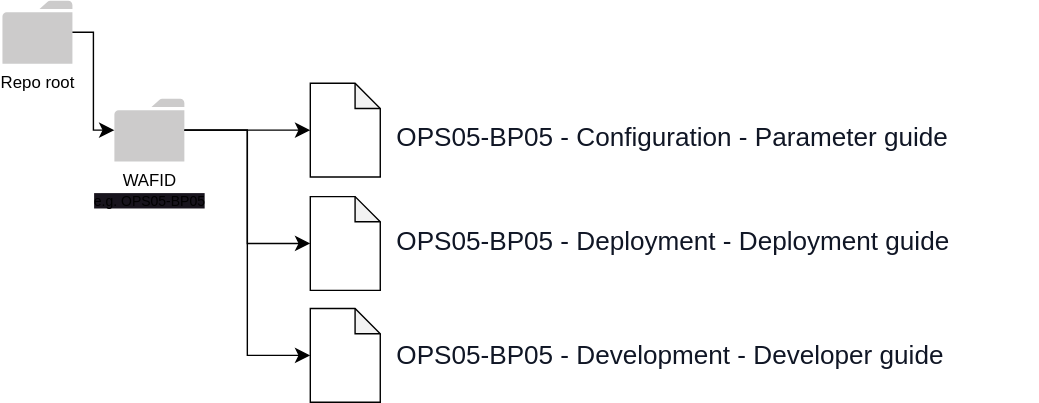
The draw.io diagram readme.svg in yu2scalar/docsample, before a commit. Source tidied: cells renumbered, new cells last; positions are measured from the earlier drawing's top-left corner, leaving out a move shared by most shapes.
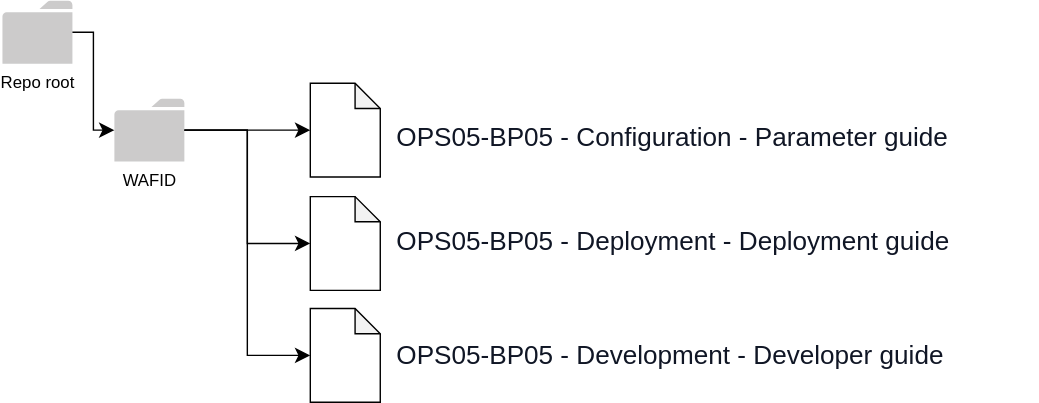
Above is the later version.

Change to the diagram source:
```diff
@@ -5,7 +5,7 @@
     <mxCell id="2" value="Repo root" style="sketch=0;shadow=0;dashed=0;html=1;strokeColor=none;labelPosition=center;verticalLabelPosition=bottom;verticalAlign=top;outlineConnect=0;align=center;shape=mxgraph.office.concepts.folder;fillColor=#CCCBCB;" parent="1" vertex="1">
       <mxGeometry width="50" height="45" as="geometry" />
     </mxCell>
-    <mxCell id="3" value="WAFID&lt;br&gt;&lt;span style=&quot;background-color: rgb(24, 20, 29); font-size: 10px;&quot;&gt;e.g.&amp;nbsp;&lt;span id=&quot;docs-internal-guid-610fddde-7fff-ebfe-f720-821e0e02a50b&quot;&gt;&lt;span style=&quot;font-family: &amp;quot;Noto Sans JP&amp;quot;, sans-serif; font-variant-numeric: normal; font-variant-east-asian: normal; font-variant-alternates: normal; font-variant-position: normal; vertical-align: baseline;&quot;&gt;OPS05-BP05 &lt;/span&gt;&lt;/span&gt;&lt;br&gt;&lt;/span&gt;" style="sketch=0;shadow=0;dashed=0;html=1;strokeColor=none;labelPosition=center;verticalLabelPosition=bottom;verticalAlign=top;outlineConnect=0;align=center;shape=mxgraph.office.concepts.folder;fillColor=#CCCBCB;" parent="1" vertex="1">
+    <mxCell id="3" value="WAFID&lt;br&gt;&lt;span id=&quot;docs-internal-guid-91edf046-7fff-8db2-ec80-6ff2966f3f44&quot;&gt;&lt;span style=&quot;font-size: 14pt; font-family: &amp;quot;Noto Sans JP&amp;quot;, sans-serif; background-color: transparent; font-variant-numeric: normal; font-variant-east-asian: normal; font-variant-alternates: normal; font-variant-position: normal; vertical-align: baseline;&quot;&gt;&lt;font color=&quot;#ffffff&quot;&gt;OPS05-BP05&lt;/font&gt;&lt;/span&gt;&lt;/span&gt;&lt;span style=&quot;background-color: rgb(24, 20, 29); font-size: 10px;&quot;&gt;&lt;br&gt;&lt;/span&gt;" style="sketch=0;shadow=0;dashed=0;html=1;strokeColor=none;labelPosition=center;verticalLabelPosition=bottom;verticalAlign=top;outlineConnect=0;align=center;shape=mxgraph.office.concepts.folder;fillColor=#CCCBCB;" parent="1" vertex="1">
       <mxGeometry x="80" y="70" width="50" height="45" as="geometry" />
     </mxCell>
     <mxCell id="4" style="edgeStyle=elbowEdgeStyle;elbow=horizontal;endArrow=classic;html=1;curved=0;rounded=0;endSize=8;startSize=8;" parent="1" edge="1" source="2" target="3">
```
